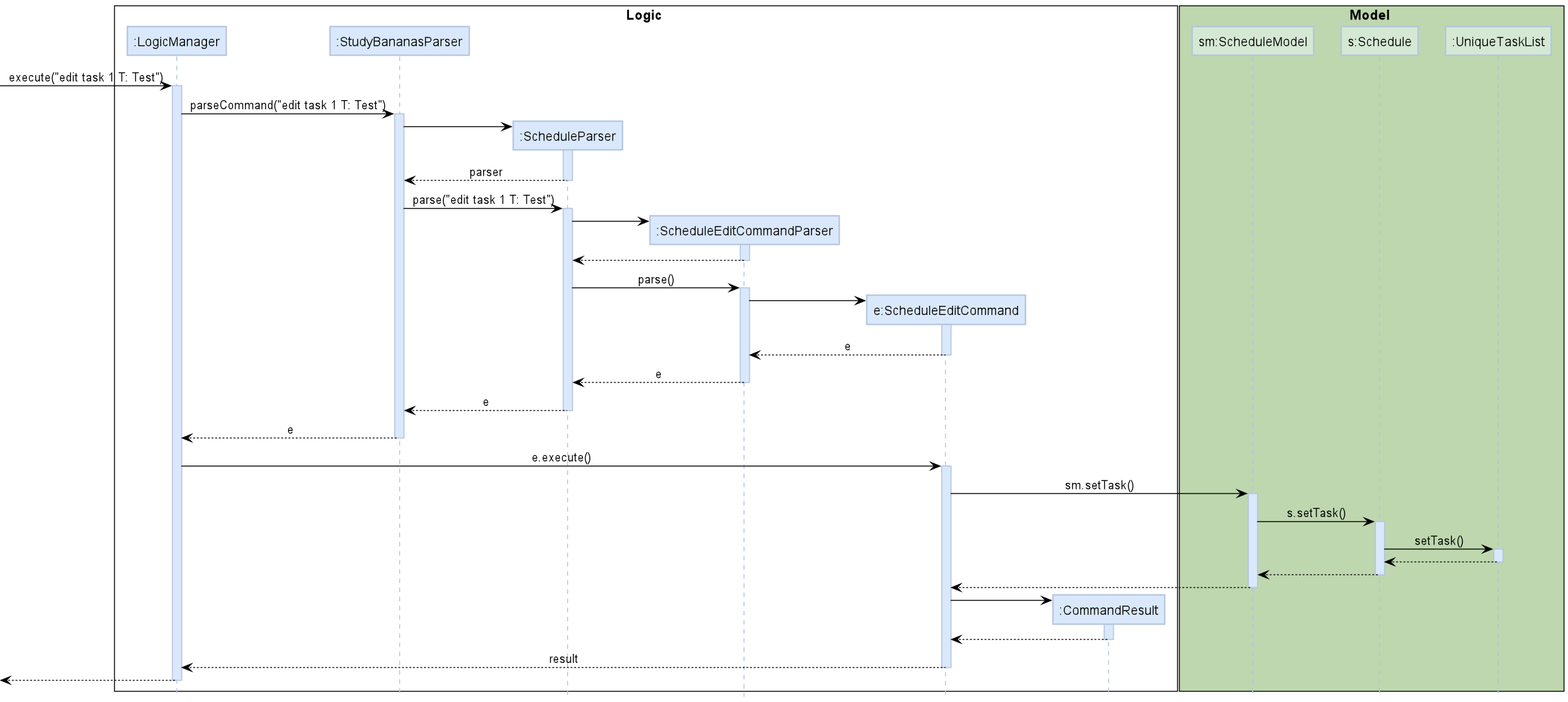
Above: docs/images/EditTaskSequenceDiagram.png in petrickjerico/tp (PlantUML), before the change.
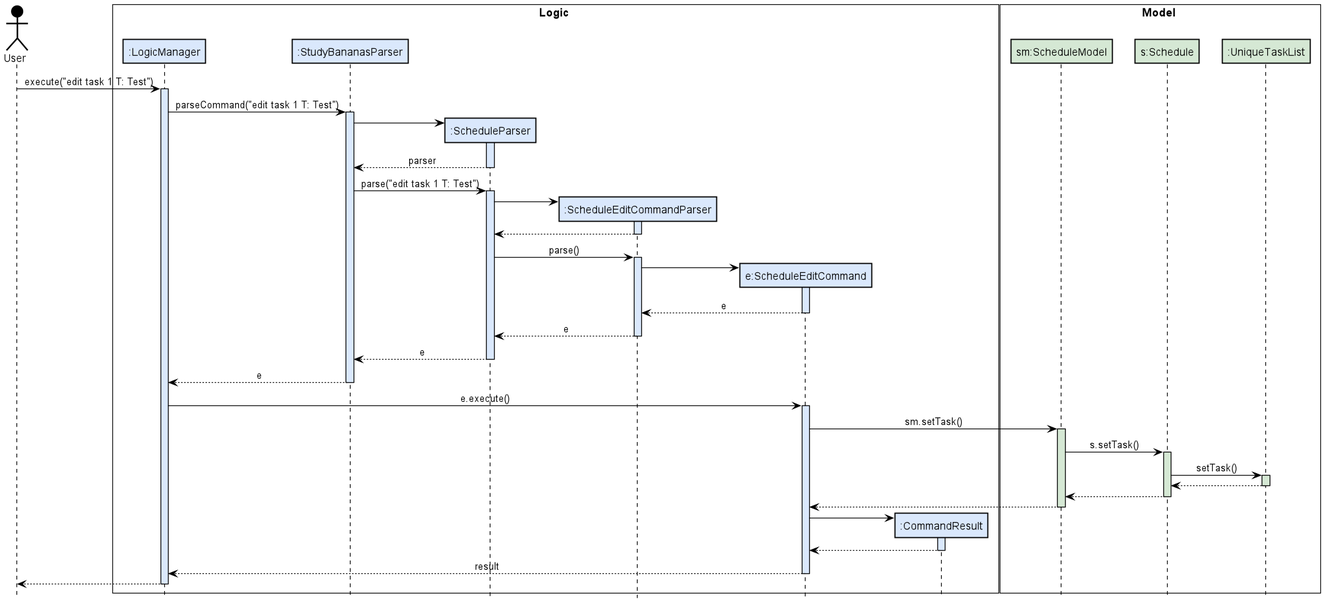
The same diagram one commit later.

Diff of the diagram source:
```diff
@@ -1,14 +1,17 @@
 @startuml
 !include style.puml
 
-skinparam participantBorderColor LOGIC_COLOR_T1
 skinparam sequence {
+participantBorderColor #000000
 ArrowColor #000000
-ActorBorderColor LOGIC_COLOR_T1
-LifeLineBorderColor LOGIC_COLOR_T1
-LifeLineBackgroundColor LOGIC_COLOR
+ActorBorderColor #000000
+LifeLineBorderColor #000000
+LifeLineBackgroundColor #000000
 }
+
 skinparam sequenceBoxBorderColor #black
+
+Actor User as user USER_COLOR
 
 box Logic #FFFFFF
 participant ":LogicManager" as LogicManager LOGIC_COLOR
@@ -19,41 +22,41 @@
 participant ":CommandResult" as CommandResult LOGIC_COLOR
 end box
 
-box Model MODEL_COLOR_T1
+box Model #FFFFFF
 participant "sm:ScheduleModel" as ScheduleModel MODEL_COLOR
 participant "s:Schedule" as Schedule MODEL_COLOR
 participant ":UniqueTaskList" as UniqueTaskList MODEL_COLOR
 end box
 
-[-> LogicManager : execute("edit task 1 T: Test")
-activate LogicManager
+user -> LogicManager : execute("edit task 1 T: Test")
+activate LogicManager LOGIC_COLOR
 
 LogicManager -> StudyBananasParser : parseCommand("edit task 1 T: Test")
-activate StudyBananasParser
+activate StudyBananasParser LOGIC_COLOR
 
 create ScheduleParser
 StudyBananasParser -> ScheduleParser
-activate ScheduleParser
+activate ScheduleParser LOGIC_COLOR
 
 ScheduleParser --> StudyBananasParser : parser
 deactivate ScheduleParser
 
 StudyBananasParser -> ScheduleParser : parse("edit task 1 T: Test")
-activate ScheduleParser
+activate ScheduleParser LOGIC_COLOR
 
 create ScheduleEditCommandParser
 ScheduleParser -> ScheduleEditCommandParser
-activate ScheduleEditCommandParser
+activate ScheduleEditCommandParser LOGIC_COLOR
 
 ScheduleEditCommandParser --> ScheduleParser
 deactivate
 
 ScheduleParser -> ScheduleEditCommandParser : parse()
-activate ScheduleEditCommandParser
+activate ScheduleEditCommandParser LOGIC_COLOR
 
 create ScheduleEditCommand
 ScheduleEditCommandParser -> ScheduleEditCommand
-activate ScheduleEditCommand
+activate ScheduleEditCommand LOGIC_COLOR
 
 ScheduleEditCommand -->ScheduleEditCommandParser : e
 deactivate
@@ -68,16 +71,16 @@
 deactivate
 
 LogicManager -> ScheduleEditCommand : e.execute()
-activate ScheduleEditCommand
+activate ScheduleEditCommand LOGIC_COLOR
 
 ScheduleEditCommand -> ScheduleModel : sm.setTask()
-activate ScheduleModel
+activate ScheduleModel MODEL_COLOR
 
 ScheduleModel -> Schedule : s.setTask()
-activate Schedule
+activate Schedule MODEL_COLOR
 
 Schedule -> UniqueTaskList : setTask()
-activate UniqueTaskList
+activate UniqueTaskList MODEL_COLOR
 
 UniqueTaskList --> Schedule
 deactivate UniqueTaskList
@@ -90,7 +93,7 @@
 
 create CommandResult
 ScheduleEditCommand -> CommandResult
-activate CommandResult
+activate CommandResult LOGIC_COLOR
 
 CommandResult --> ScheduleEditCommand
 deactivate
@@ -98,7 +101,7 @@
 ScheduleEditCommand --> LogicManager : result
 deactivate
 
-[<--LogicManager
+user <--LogicManager
 deactivate LogicManager
 
 
```
